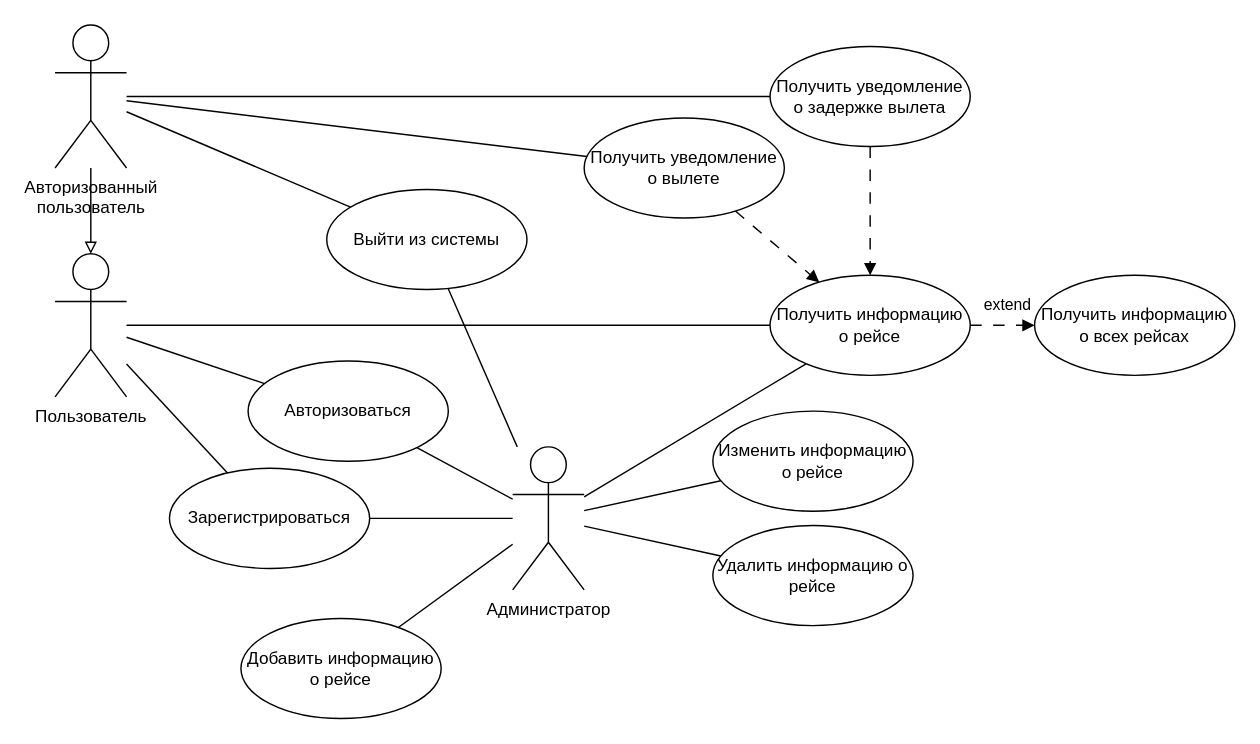
Above: page "usecase" (1 of 6) of docs/diagram.drawio in GoshaMak/airline-tracker (draw.io), before the change. Source tidied: cells renumbered, new cells numbered last; positions are measured from the earlier drawing's top-left corner, leaving out a move shared by most shapes. Both pictures are drawn from the tidied source at 143%, with x=0, y=0 at pixel (54, 24).
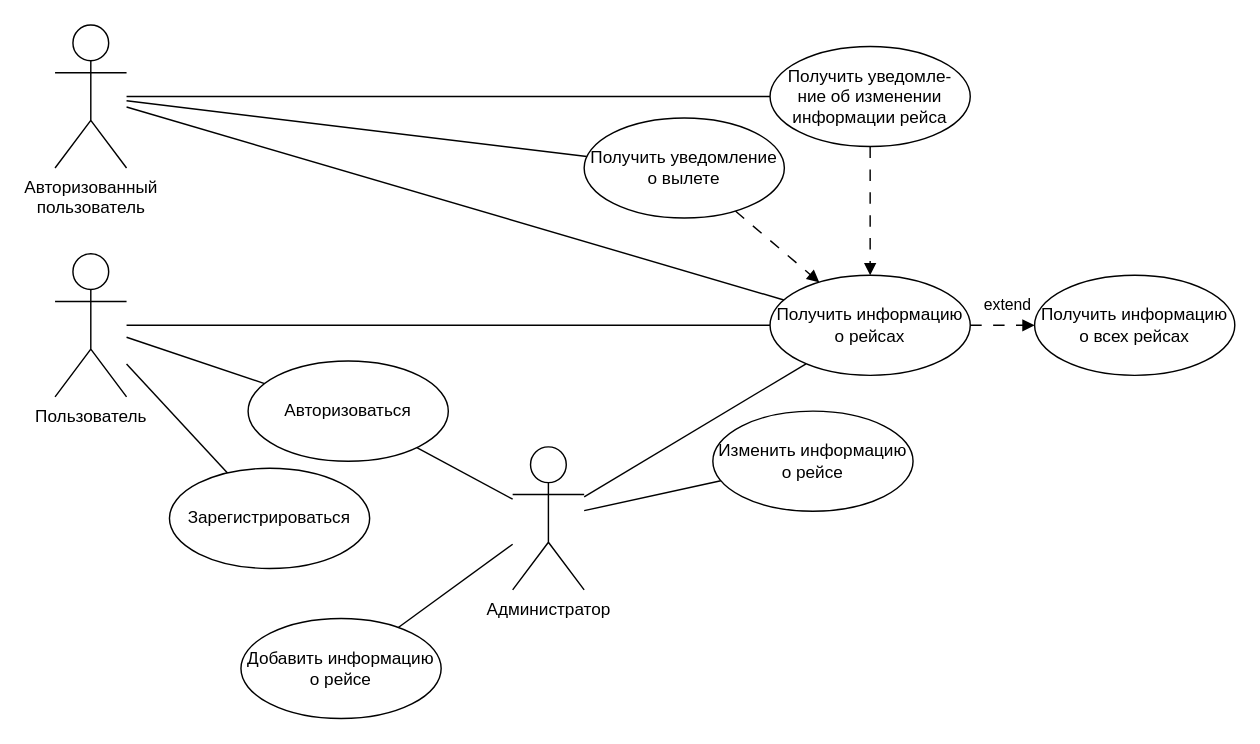
Above is the later version.

Unchanged cells that the change refers to:
```xml
<mxCell id="3" value="Пользователь" style="shape=umlActor;verticalLabelPosition=bottom;verticalAlign=top;html=1;" parent="1" vertex="1">
  <mxGeometry y="160" width="50" height="100" as="geometry" />
</mxCell>
<mxCell id="4" value="Авторизованный&lt;div&gt;пользователь&lt;/div&gt;" style="shape=umlActor;verticalLabelPosition=bottom;verticalAlign=top;html=1;" parent="1" vertex="1">
  <mxGeometry width="50" height="100" as="geometry" />
</mxCell>
<mxCell id="6" value="Администратор" style="shape=umlActor;verticalLabelPosition=bottom;verticalAlign=top;html=1;" parent="1" vertex="1">
  <mxGeometry x="320" y="295" width="50" height="100" as="geometry" />
</mxCell>
<mxCell id="9" value="Получить уведомление о вылете" style="ellipse;whiteSpace=wrap;html=1;" parent="1" vertex="1">
  <mxGeometry x="370" y="65" width="140" height="70" as="geometry" />
</mxCell>
<mxCell id="22" value="Получить информацию о всех рейсах" style="ellipse;whiteSpace=wrap;html=1;" parent="1" vertex="1">
  <mxGeometry x="685" y="175" width="140" height="70" as="geometry" />
</mxCell>
<mxCell id="30" value="Зарегистрироваться" style="ellipse;whiteSpace=wrap;html=1;" parent="1" vertex="1">
  <mxGeometry x="80" y="310" width="140" height="70" as="geometry" />
</mxCell>
```

Diff of the diagram source:
```diff
@@
-    <mxCell id="2" style="edgeStyle=orthogonalEdgeStyle;rounded=0;jettySize=auto;html=1;endArrow=none;endFill=0;startArrow=block;startFill=0;" parent="1" edge="1" source="3" target="4">
-      <mxGeometry relative="1" as="geometry" />
-    </mxCell>
@@
+    <mxCell id="33" style="rounded=0;jettySize=auto;html=1;endArrow=none;endFill=0;" parent="1" edge="1" source="4" target="40">
+      <mxGeometry relative="1" as="geometry" />
+    </mxCell>
@@
-    <mxCell id="5" style="rounded=0;jettySize=auto;html=1;endArrow=none;endFill=0;" parent="1" edge="1" source="6" target="32">
-      <mxGeometry relative="1" as="geometry" />
-    </mxCell>
@@
-    <mxCell id="8" style="rounded=0;jettySize=auto;html=1;endArrow=block;endFill=1;dashed=1;dashPattern=8 8;" parent="1" edge="1" source="9" target="15">
-      <mxGeometry relative="1" as="geometry" />
-    </mxCell>
+    <mxCell id="34" style="rounded=0;jettySize=auto;html=1;endArrow=block;endFill=1;dashed=1;dashPattern=8 8;" parent="1" edge="1" source="9" target="40">
+      <mxGeometry relative="1" as="geometry" />
+    </mxCell>
@@
-    <mxCell id="10" style="rounded=0;jettySize=auto;html=1;endArrow=none;endFill=0;" parent="1" edge="1" source="12" target="4">
-      <mxGeometry relative="1" as="geometry" />
-    </mxCell>
-    <mxCell id="11" style="rounded=0;jettySize=auto;html=1;endArrow=block;endFill=1;dashed=1;dashPattern=8 8;" parent="1" edge="1" source="12" target="15">
-      <mxGeometry relative="1" as="geometry" />
-    </mxCell>
-    <mxCell id="12" value="Получить уведомление о задержке вылета" style="ellipse;whiteSpace=wrap;html=1;" parent="1" vertex="1">
-      <mxGeometry x="500" y="15" width="140" height="70" as="geometry" />
-    </mxCell>
-    <mxCell id="13" style="rounded=0;jettySize=auto;html=1;endArrow=none;endFill=0;" parent="1" edge="1" source="15" target="3">
-      <mxGeometry relative="1" as="geometry" />
-    </mxCell>
-    <mxCell id="14" style="rounded=0;jettySize=auto;html=1;endArrow=none;endFill=0;" parent="1" edge="1" source="15" target="6">
-      <mxGeometry relative="1" as="geometry" />
-    </mxCell>
-    <mxCell id="15" value="Получить информацию о рейсе" style="ellipse;whiteSpace=wrap;html=1;" parent="1" vertex="1">
-      <mxGeometry x="500" y="175" width="140" height="70" as="geometry" />
-    </mxCell>
+    <mxCell id="35" style="rounded=0;jettySize=auto;html=1;endArrow=none;endFill=0;" parent="1" edge="1" source="37" target="4">
+      <mxGeometry relative="1" as="geometry" />
+    </mxCell>
+    <mxCell id="36" style="rounded=0;jettySize=auto;html=1;endArrow=block;endFill=1;dashed=1;dashPattern=8 8;" parent="1" edge="1" source="37" target="40">
+      <mxGeometry relative="1" as="geometry" />
+    </mxCell>
+    <mxCell id="37" value="Получить уведомле-&lt;div&gt;ние об изменении информации рейса&lt;/div&gt;" style="ellipse;whiteSpace=wrap;html=1;" parent="1" vertex="1">
+      <mxGeometry x="500" y="15" width="140" height="70" as="geometry" />
+    </mxCell>
+    <mxCell id="38" style="rounded=0;jettySize=auto;html=1;endArrow=none;endFill=0;" parent="1" edge="1" source="40" target="3">
+      <mxGeometry relative="1" as="geometry" />
+    </mxCell>
+    <mxCell id="39" style="rounded=0;jettySize=auto;html=1;endArrow=none;endFill=0;" parent="1" edge="1" source="40" target="6">
+      <mxGeometry relative="1" as="geometry" />
+    </mxCell>
+    <mxCell id="40" value="Получить информацию о рейсах" style="ellipse;whiteSpace=wrap;html=1;" parent="1" vertex="1">
+      <mxGeometry x="500" y="175" width="140" height="70" as="geometry" />
+    </mxCell>
@@
-    <mxCell id="20" style="rounded=0;jettySize=auto;html=1;endArrow=none;endFill=0;" parent="1" edge="1" source="21" target="6">
-      <mxGeometry relative="1" as="geometry" />
-    </mxCell>
-    <mxCell id="21" value="Удалить информацию о рейсе" style="ellipse;whiteSpace=wrap;html=1;" parent="1" vertex="1">
-      <mxGeometry x="460" y="350" width="140" height="70" as="geometry" />
-    </mxCell>
@@
-    <mxCell id="23" style="rounded=0;jettySize=auto;html=1;endArrow=block;endFill=1;dashed=1;dashPattern=8 8;" parent="1" edge="1" source="15" target="22">
-      <mxGeometry relative="1" as="geometry" />
-    </mxCell>
+    <mxCell id="41" style="rounded=0;jettySize=auto;html=1;endArrow=block;endFill=1;dashed=1;dashPattern=8 8;" parent="1" edge="1" source="40" target="22">
+      <mxGeometry relative="1" as="geometry" />
+    </mxCell>
-    <mxCell id="24" value="extend" style="edgeLabel;html=1;align=center;verticalAlign=middle;" parent="23" vertex="1">
+    <mxCell id="24" value="extend" style="edgeLabel;html=1;align=center;verticalAlign=middle;" parent="41" vertex="1">
       <mxGeometry x="-0.34" relative="1" as="geometry">
         <mxPoint x="10" y="-15" as="offset" />
       </mxGeometry>
     </mxCell>
@@
-    <mxCell id="28" style="rounded=0;jettySize=auto;html=1;endArrow=none;endFill=0;" parent="1" edge="1" source="30" target="6">
-      <mxGeometry relative="1" as="geometry" />
-    </mxCell>
@@
-    <mxCell id="31" style="rounded=0;jettySize=auto;html=1;endArrow=none;endFill=0;" parent="1" edge="1" source="32" target="4">
-      <mxGeometry relative="1" as="geometry" />
-    </mxCell>
-    <mxCell id="32" value="Выйти из системы" style="ellipse;whiteSpace=wrap;html=1;" parent="1" vertex="1">
-      <mxGeometry x="190" y="115" width="140" height="70" as="geometry" />
-    </mxCell>
```
